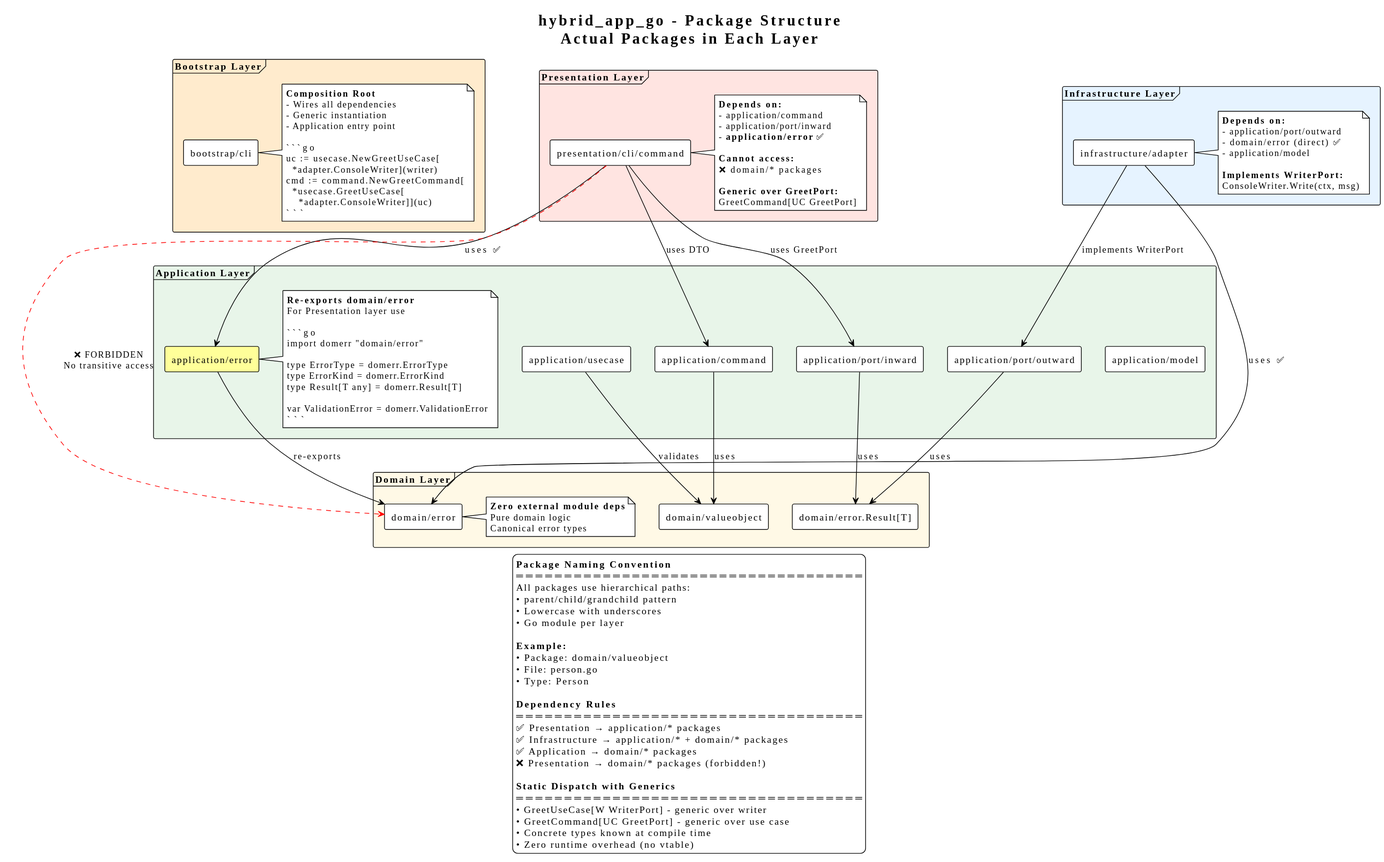
Before: docs/diagrams/package_structure.svg, a diagram exported from PlantUML (abitofhelp/hybrid_app_go). Its diagram source:
````plantuml
@startuml
!theme plain
skinparam componentStyle rectangle

title hybrid_app_go - Package Structure\nActual Packages in Each Layer

frame "Bootstrap Layer" #FFEBCD {
  component "bootstrap/cli" as BootstrapCLI
  note right of BootstrapCLI
    **Composition Root**
    - Wires all dependencies
    - Generic instantiation
    - Application entry point

    ```go
    uc := usecase.NewGreetUseCase[
      *adapter.ConsoleWriter](writer)
    cmd := command.NewGreetCommand[
      *usecase.GreetUseCase[
        *adapter.ConsoleWriter]](uc)
    ```
  end note
}

frame "Presentation Layer" #FFE4E1 {
  component "presentation/cli/command" as PresentationGreet
  note right of PresentationGreet
    **Depends on:**
    - application/command
    - application/port/inward
    - **application/error** ✅

    **Cannot access:**
    ❌ domain/* packages

    **Generic over GreetPort:**
    GreetCommand[UC GreetPort]
  end note
}

frame "Infrastructure Layer" #E6F3FF {
  component "infrastructure/adapter" as InfraConsole
  note right of InfraConsole
    **Depends on:**
    - application/port/outward
    - domain/error (direct) ✅
    - application/model

    **Implements WriterPort:**
    ConsoleWriter.Write(ctx, msg)
  end note
}

frame "Application Layer" #E8F5E9 {
  component "application/error" as AppError #FFFF99
  component "application/command" as AppCommand
  component "application/usecase" as AppUsecase
  component "application/port/outward" as AppOutward
  component "application/port/inward" as AppInward
  component "application/model" as AppModel

  note right of AppError
    **Re-exports domain/error**
    For Presentation layer use

    ```go
    import domerr "domain/error"

    type ErrorType = domerr.ErrorType
    type ErrorKind = domerr.ErrorKind
    type Result[T any] = domerr.Result[T]

    var ValidationError = domerr.ValidationError
    ```
  end note
}

frame "Domain Layer" #FFF9E6 {
  component "domain/error" as DomainError
  component "domain/error.Result[T]" as DomainResult
  component "domain/valueobject" as DomainPerson

  note right of DomainError
    **Zero external module deps**
    Pure domain logic
    Canonical error types
  end note
}

PresentationGreet -down-> AppCommand : uses DTO
PresentationGreet -down-> AppInward : uses GreetPort
PresentationGreet -down-> AppError : uses ✅

InfraConsole -down-> AppOutward : implements WriterPort
InfraConsole -down-> DomainError : uses ✅

AppCommand -down-> DomainPerson : uses
AppUsecase -down-> DomainPerson : validates
AppOutward -down-> DomainResult : uses
AppInward -down-> DomainResult : uses
AppError -down-> DomainError : re-exports

PresentationGreet .right.> DomainError #red : ❌ FORBIDDEN\nNo transitive access

legend bottom
  **Package Naming Convention**
  ════════════════════════════════════
  All packages use hierarchical paths:
  • parent/child/grandchild pattern
  • Lowercase with underscores
  • Go module per layer

  **Example:**
  • Package: domain/valueobject
  • File: person.go
  • Type: Person

  **Dependency Rules**
  ════════════════════════════════════
  ✅ Presentation → application/* packages
  ✅ Infrastructure → application/* + domain/* packages
  ✅ Application → domain/* packages
  ❌ Presentation → domain/* packages (forbidden!)

  **Static Dispatch with Generics**
  ════════════════════════════════════
  • GreetUseCase[W WriterPort] - generic over writer
  • GreetCommand[UC GreetPort] - generic over use case
  • Concrete types known at compile time
  • Zero runtime overhead (no vtable)
endlegend
@enduml
````
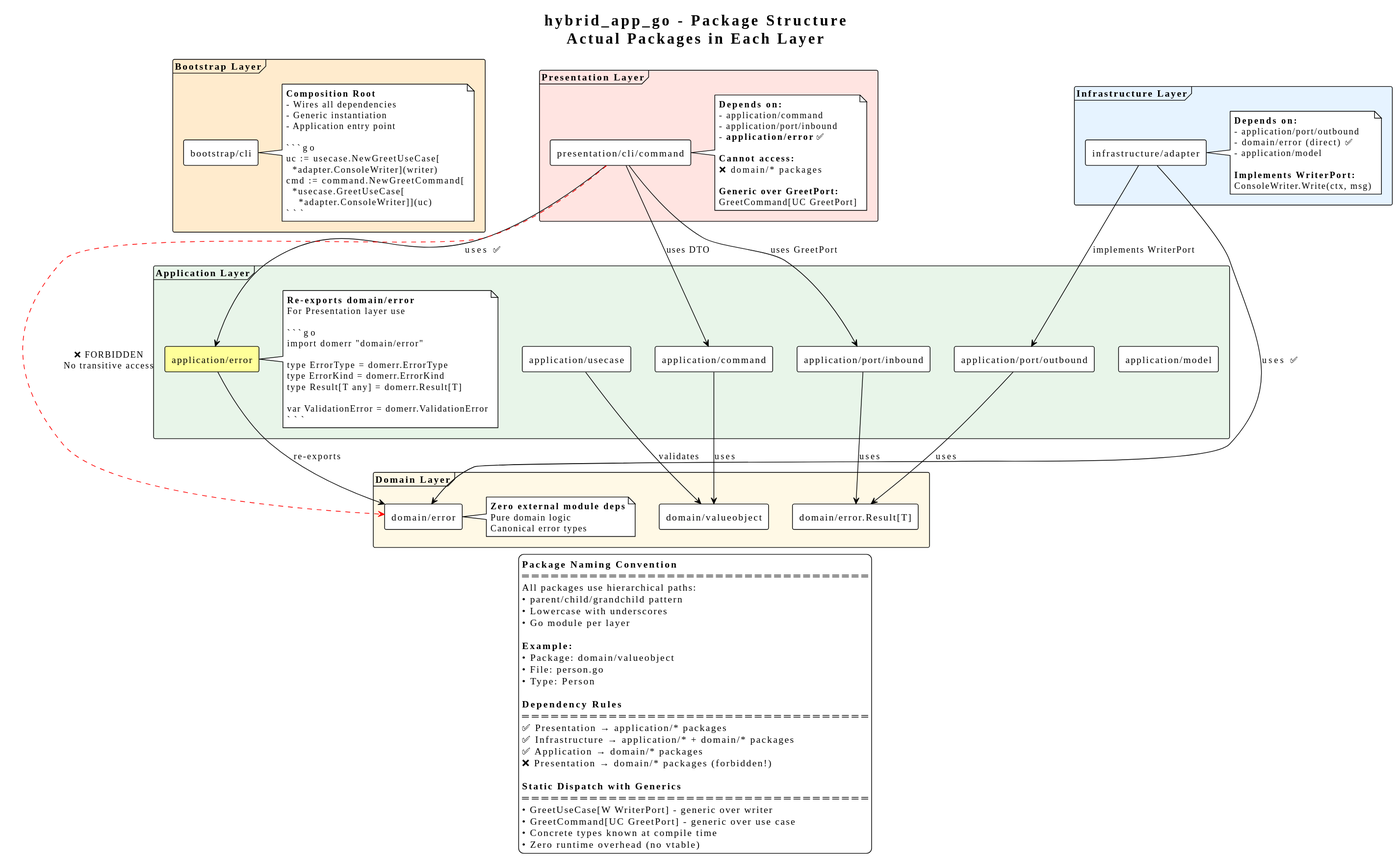
After the commit.

Diff of the diagram source:
```diff
@@ -27,7 +27,7 @@
   note right of PresentationGreet
     **Depends on:**
     - application/command
-    - application/port/inward
+    - application/port/inbound
     - **application/error** ✅
 
     **Cannot access:**
@@ -42,7 +42,7 @@
   component "infrastructure/adapter" as InfraConsole
   note right of InfraConsole
     **Depends on:**
-    - application/port/outward
+    - application/port/outbound
     - domain/error (direct) ✅
     - application/model
 
@@ -55,8 +55,8 @@
   component "application/error" as AppError #FFFF99
   component "application/command" as AppCommand
   component "application/usecase" as AppUsecase
-  component "application/port/outward" as AppOutward
-  component "application/port/inward" as AppInward
+  component "application/port/outbound" as AppOutbound
+  component "application/port/inbound" as AppInbound
   component "application/model" as AppModel
 
   note right of AppError
@@ -88,16 +88,16 @@
 }
 
 PresentationGreet -down-> AppCommand : uses DTO
-PresentationGreet -down-> AppInward : uses GreetPort
+PresentationGreet -down-> AppInbound : uses GreetPort
 PresentationGreet -down-> AppError : uses ✅
 
-InfraConsole -down-> AppOutward : implements WriterPort
+InfraConsole -down-> AppOutbound : implements WriterPort
 InfraConsole -down-> DomainError : uses ✅
 
 AppCommand -down-> DomainPerson : uses
 AppUsecase -down-> DomainPerson : validates
-AppOutward -down-> DomainResult : uses
-AppInward -down-> DomainResult : uses
+AppOutbound -down-> DomainResult : uses
+AppInbound -down-> DomainResult : uses
 AppError -down-> DomainError : re-exports
 
 PresentationGreet .right.> DomainError #red : ❌ FORBIDDEN\nNo transitive access
```
